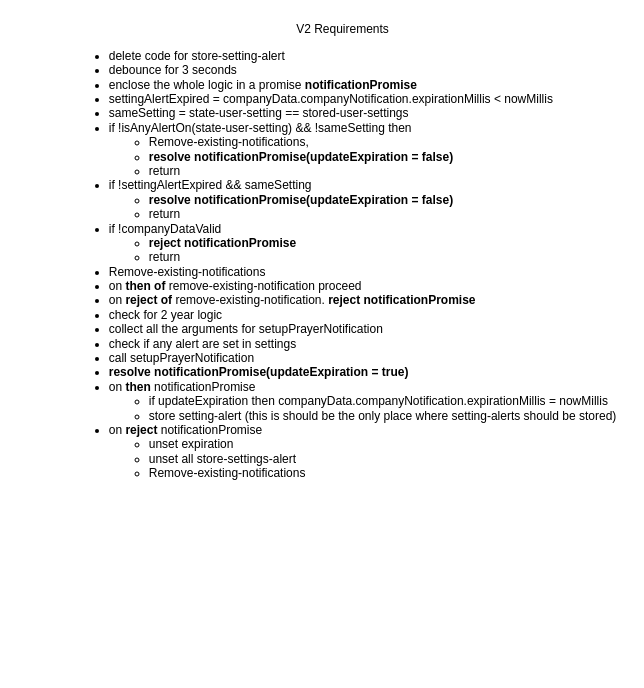
The draw.io diagram page "v2 notification design" (7 of 7) of projects/central_masjid_dashboard/cdb/misc/docs-mobile/MDB Mobile Setup Notifications.drawio in sherazc/playground, before the edit. Source tidied: cells renumbered, new cells numbered last; positions are measured from the earlier drawing's top-left corner, leaving out a move shared by most shapes. Both pictures are drawn from the tidied source at 100%, with x=0, y=0 at pixel (57, 17).
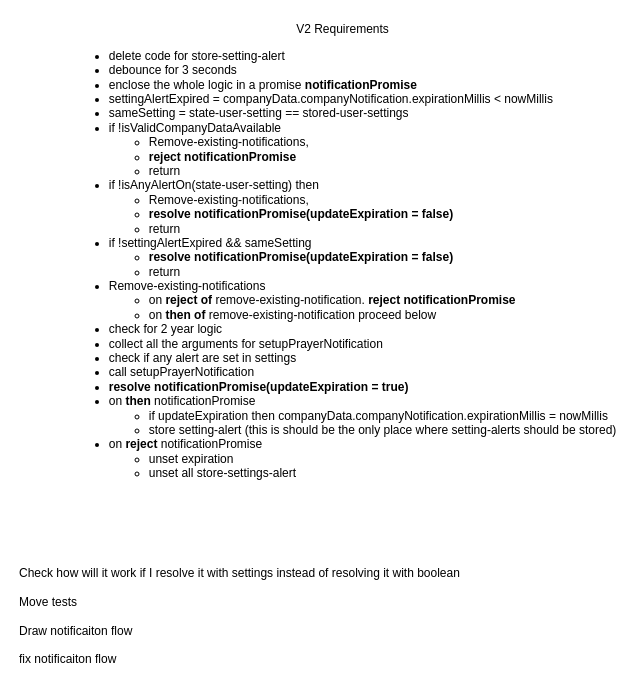
The same diagram, later.

The edit, as a diff of the source:
```diff
@@
 <mxGraphModel>
   <root>
     <mxCell id="0" />
     <mxCell id="1" parent="0" />
-    <mxCell id="2" value="&lt;div&gt;V2 Requirements&lt;/div&gt;&lt;ul&gt;&lt;li style=&quot;text-align: left;&quot;&gt;delete code for store-setting-alert&lt;/li&gt;&lt;li style=&quot;text-align: left;&quot;&gt;debounce for 3 seconds&amp;nbsp;&lt;/li&gt;&lt;li style=&quot;text-align: left;&quot;&gt;enclose the whole logic in a promise&amp;nbsp;&lt;b&gt;notificationPromise&lt;/b&gt;&lt;/li&gt;&lt;li style=&quot;text-align: left;&quot;&gt;&lt;span style=&quot;background-color: initial;&quot;&gt;settingAlertExpired = companyData.companyNotification.&lt;/span&gt;expirationMillis &amp;lt; nowMillis&lt;/li&gt;&lt;li style=&quot;text-align: left;&quot;&gt;sameSetting = state-user-setting == stored-user-settings&lt;br&gt;&lt;/li&gt;&lt;li style=&quot;text-align: left;&quot;&gt;if !isAnyAlertOn(state-user-setting) &amp;amp;&amp;amp; !sameSetting&amp;nbsp;then&amp;nbsp;&lt;/li&gt;&lt;ul&gt;&lt;li style=&quot;text-align: left;&quot;&gt;Remove-existing-notifications,&amp;nbsp;&lt;/li&gt;&lt;li style=&quot;text-align: left;&quot;&gt;&lt;b&gt;resolve&amp;nbsp;notificationPromise(updateExpiration = false)&lt;/b&gt;&lt;/li&gt;&lt;li style=&quot;text-align: left;&quot;&gt;return&lt;/li&gt;&lt;/ul&gt;&lt;li style=&quot;text-align: left;&quot;&gt;if !settingAlertExpired&amp;nbsp;&amp;amp;&amp;amp;&amp;nbsp;sameSetting&lt;/li&gt;&lt;ul&gt;&lt;li style=&quot;text-align: left;&quot;&gt;&lt;b&gt;resolve&amp;nbsp;notificationPromise(updateExpiration = false)&lt;/b&gt;&lt;/li&gt;&lt;li style=&quot;text-align: left;&quot;&gt;return&lt;/li&gt;&lt;/ul&gt;&lt;li style=&quot;text-align: left;&quot;&gt;if !companyDataValid&lt;/li&gt;&lt;ul&gt;&lt;li style=&quot;text-align: left;&quot;&gt;&lt;b&gt;reject notificationPromise&lt;/b&gt;&lt;/li&gt;&lt;li style=&quot;text-align: left;&quot;&gt;return&lt;/li&gt;&lt;/ul&gt;&lt;li style=&quot;text-align: left;&quot;&gt;Remove-existing-notifications&lt;/li&gt;&lt;li style=&quot;text-align: left;&quot;&gt;on &lt;b&gt;then of&lt;/b&gt; remove-existing-notification proceed&lt;/li&gt;&lt;li style=&quot;text-align: left;&quot;&gt;on &lt;b&gt;reject of&lt;/b&gt; remove-existing-notification. &lt;b&gt;reject&amp;nbsp;notificationPromise &amp;nbsp;&lt;/b&gt;&lt;/li&gt;&lt;li style=&quot;text-align: left;&quot;&gt;check for 2 year logic&lt;/li&gt;&lt;li style=&quot;text-align: left;&quot;&gt;collect all the arguments for&amp;nbsp;setupPrayerNotification&lt;/li&gt;&lt;li style=&quot;text-align: left;&quot;&gt;check if any alert are set in settings&lt;/li&gt;&lt;li style=&quot;text-align: left;&quot;&gt;call&amp;nbsp;setupPrayerNotification&lt;/li&gt;&lt;li style=&quot;text-align: left;&quot;&gt;&lt;b&gt;resolve notificationPromise(updateExpiration = true)&lt;/b&gt;&lt;br&gt;&lt;/li&gt;&lt;li style=&quot;text-align: left;&quot;&gt;on &lt;b&gt;then&lt;/b&gt;&amp;nbsp;notificationPromise&lt;/li&gt;&lt;ul&gt;&lt;li style=&quot;text-align: left;&quot;&gt;if updateExpiration then companyData.companyNotification.expirationMillis = nowMillis&lt;/li&gt;&lt;li style=&quot;text-align: left;&quot;&gt;store setting-alert (this is should be the only place where setting-alerts should be stored)&lt;/li&gt;&lt;/ul&gt;&lt;li style=&quot;text-align: left;&quot;&gt;on &lt;b&gt;reject&lt;/b&gt;&amp;nbsp;notificationPromise&lt;/li&gt;&lt;ul&gt;&lt;li style=&quot;text-align: left;&quot;&gt;unset expiration&lt;/li&gt;&lt;li style=&quot;text-align: left;&quot;&gt;unset all store-settings-alert&lt;/li&gt;&lt;li style=&quot;text-align: left;&quot;&gt;Remove-existing-notifications&lt;/li&gt;&lt;/ul&gt;&lt;/ul&gt;" style="text;html=1;align=center;verticalAlign=middle;strokeColor=none;fillColor=none;fontSize=12;" parent="1" vertex="1">
+    <mxCell id="2" value="&lt;div&gt;V2 Requirements&lt;/div&gt;&lt;ul&gt;&lt;li style=&quot;text-align: left;&quot;&gt;delete code for store-setting-alert&lt;/li&gt;&lt;li style=&quot;text-align: left;&quot;&gt;debounce for 3 seconds&amp;nbsp;&lt;/li&gt;&lt;li style=&quot;text-align: left;&quot;&gt;enclose the whole logic in a promise&amp;nbsp;&lt;b&gt;notificationPromise&lt;/b&gt;&lt;/li&gt;&lt;li style=&quot;text-align: left;&quot;&gt;&lt;span style=&quot;background-color: initial;&quot;&gt;settingAlertExpired = companyData.companyNotification.&lt;/span&gt;expirationMillis &amp;lt; nowMillis&lt;/li&gt;&lt;li style=&quot;text-align: left;&quot;&gt;sameSetting = state-user-setting == stored-user-settings&lt;br&gt;&lt;/li&gt;&lt;li style=&quot;border-color: var(--border-color); text-align: left;&quot;&gt;if !isValidCompanyDataAvailable&lt;/li&gt;&lt;ul style=&quot;border-color: var(--border-color);&quot;&gt;&lt;li style=&quot;border-color: var(--border-color); text-align: left;&quot;&gt;Remove-existing-notifications,&amp;nbsp;&lt;/li&gt;&lt;li style=&quot;border-color: var(--border-color); text-align: left;&quot;&gt;&lt;b style=&quot;border-color: var(--border-color);&quot;&gt;reject notificationPromise&lt;/b&gt;&lt;/li&gt;&lt;li style=&quot;border-color: var(--border-color); text-align: left;&quot;&gt;return&lt;/li&gt;&lt;/ul&gt;&lt;li style=&quot;text-align: left;&quot;&gt;if !isAnyAlertOn(state-user-setting) then&amp;nbsp;&lt;/li&gt;&lt;ul&gt;&lt;li style=&quot;text-align: left;&quot;&gt;Remove-existing-notifications,&amp;nbsp;&lt;/li&gt;&lt;li style=&quot;text-align: left;&quot;&gt;&lt;b&gt;resolve&amp;nbsp;notificationPromise(updateExpiration = false)&lt;/b&gt;&lt;/li&gt;&lt;li style=&quot;text-align: left;&quot;&gt;return&lt;/li&gt;&lt;/ul&gt;&lt;li style=&quot;text-align: left;&quot;&gt;if !settingAlertExpired&amp;nbsp;&amp;amp;&amp;amp;&amp;nbsp;sameSetting&lt;/li&gt;&lt;ul&gt;&lt;li style=&quot;text-align: left;&quot;&gt;&lt;b&gt;resolve&amp;nbsp;notificationPromise(updateExpiration = false)&lt;/b&gt;&lt;/li&gt;&lt;li style=&quot;text-align: left;&quot;&gt;return&lt;/li&gt;&lt;/ul&gt;&lt;li style=&quot;text-align: left;&quot;&gt;Remove-existing-notifications&lt;/li&gt;&lt;ul&gt;&lt;li style=&quot;border-color: var(--border-color); text-align: left;&quot;&gt;on&amp;nbsp;&lt;b style=&quot;border-color: var(--border-color);&quot;&gt;reject of&lt;/b&gt;&amp;nbsp;remove-existing-notification.&amp;nbsp;&lt;b style=&quot;border-color: var(--border-color);&quot;&gt;reject&amp;nbsp;notificationPromise&amp;nbsp;&amp;nbsp;&lt;/b&gt;&lt;/li&gt;&lt;li style=&quot;text-align: left;&quot;&gt;on &lt;b&gt;then of&lt;/b&gt; remove-existing-notification proceed below&lt;/li&gt;&lt;/ul&gt;&lt;li style=&quot;text-align: left;&quot;&gt;check for 2 year logic&lt;/li&gt;&lt;li style=&quot;text-align: left;&quot;&gt;collect all the arguments for&amp;nbsp;setupPrayerNotification&lt;/li&gt;&lt;li style=&quot;text-align: left;&quot;&gt;check if any alert are set in settings&lt;/li&gt;&lt;li style=&quot;text-align: left;&quot;&gt;call&amp;nbsp;setupPrayerNotification&lt;/li&gt;&lt;li style=&quot;text-align: left;&quot;&gt;&lt;b&gt;resolve notificationPromise(updateExpiration = true)&lt;/b&gt;&lt;br&gt;&lt;/li&gt;&lt;li style=&quot;text-align: left;&quot;&gt;on &lt;b&gt;then&lt;/b&gt;&amp;nbsp;notificationPromise&lt;/li&gt;&lt;ul&gt;&lt;li style=&quot;text-align: left;&quot;&gt;if updateExpiration then companyData.companyNotification.expirationMillis = nowMillis&lt;/li&gt;&lt;li style=&quot;text-align: left;&quot;&gt;store setting-alert (this is should be the only place where setting-alerts should be stored)&lt;/li&gt;&lt;/ul&gt;&lt;li style=&quot;text-align: left;&quot;&gt;on &lt;b&gt;reject&lt;/b&gt;&amp;nbsp;notificationPromise&lt;/li&gt;&lt;ul&gt;&lt;li style=&quot;text-align: left;&quot;&gt;unset expiration&lt;/li&gt;&lt;li style=&quot;text-align: left;&quot;&gt;unset all store-settings-alert&lt;/li&gt;&lt;/ul&gt;&lt;/ul&gt;" style="text;html=1;align=center;verticalAlign=middle;strokeColor=none;fillColor=none;fontSize=12;" parent="1" vertex="1">
       <mxGeometry width="570" height="480" as="geometry" />
     </mxCell>
+    <mxCell id="3" value="Check how will it work if I resolve it with settings instead of resolving it with boolean&lt;br&gt;&lt;br&gt;&lt;div&gt;Move tests&lt;/div&gt;&lt;div&gt;&lt;br&gt;&lt;/div&gt;&lt;div&gt;Draw notificaiton flow&lt;/div&gt;&lt;div&gt;&lt;br&gt;&lt;/div&gt;&lt;div style=&quot;&quot;&gt;fix notificaiton flow&lt;/div&gt;" style="text;html=1;align=left;verticalAlign=middle;strokeColor=none;fillColor=none;" parent="1" vertex="1">
+      <mxGeometry x="-40" y="544" width="460" height="110" as="geometry" />
+    </mxCell>
   </root>
 </mxGraphModel>
```
